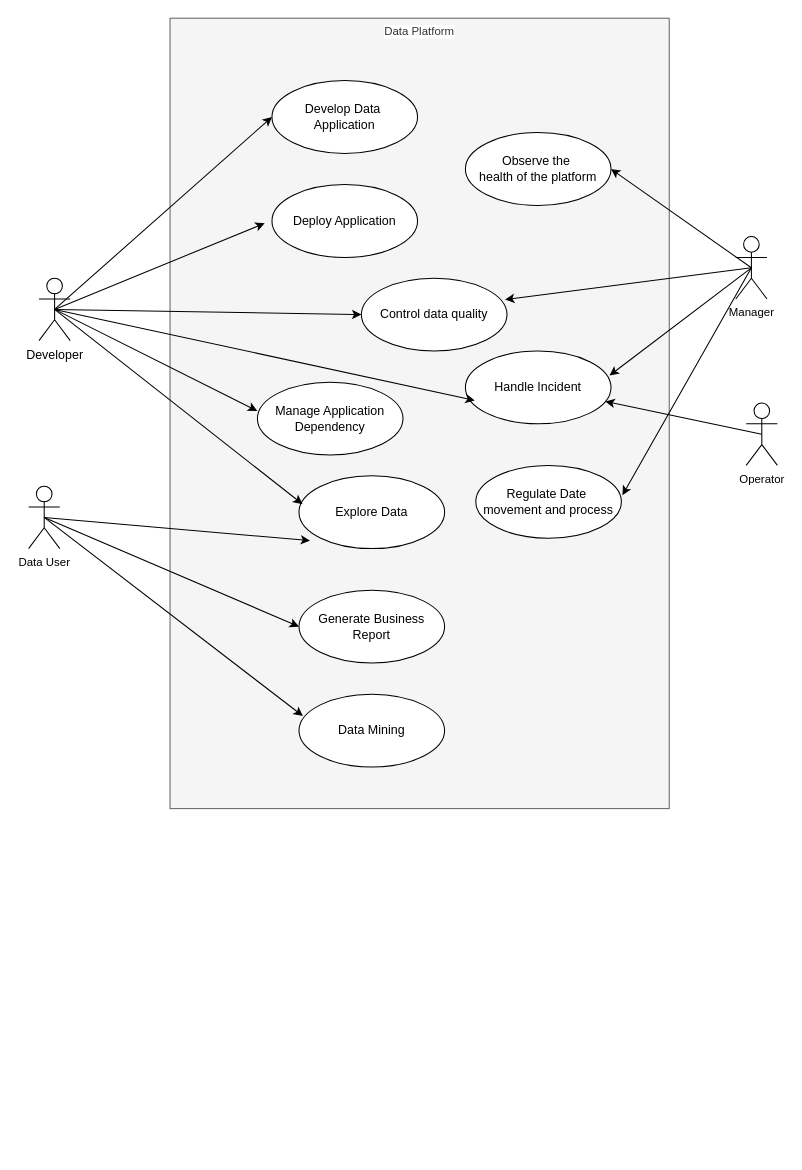
Earlier version of the draw.io diagram 未命名绘图.drawio (rockysynergy/draws). Source tidied: cells renumbered, new cells numbered last; positions are measured from the earlier drawing's top-left corner, leaving out a move shared by most shapes. Both pictures are drawn from the tidied source at 104%, with x=0, y=0 at pixel (28, 18).
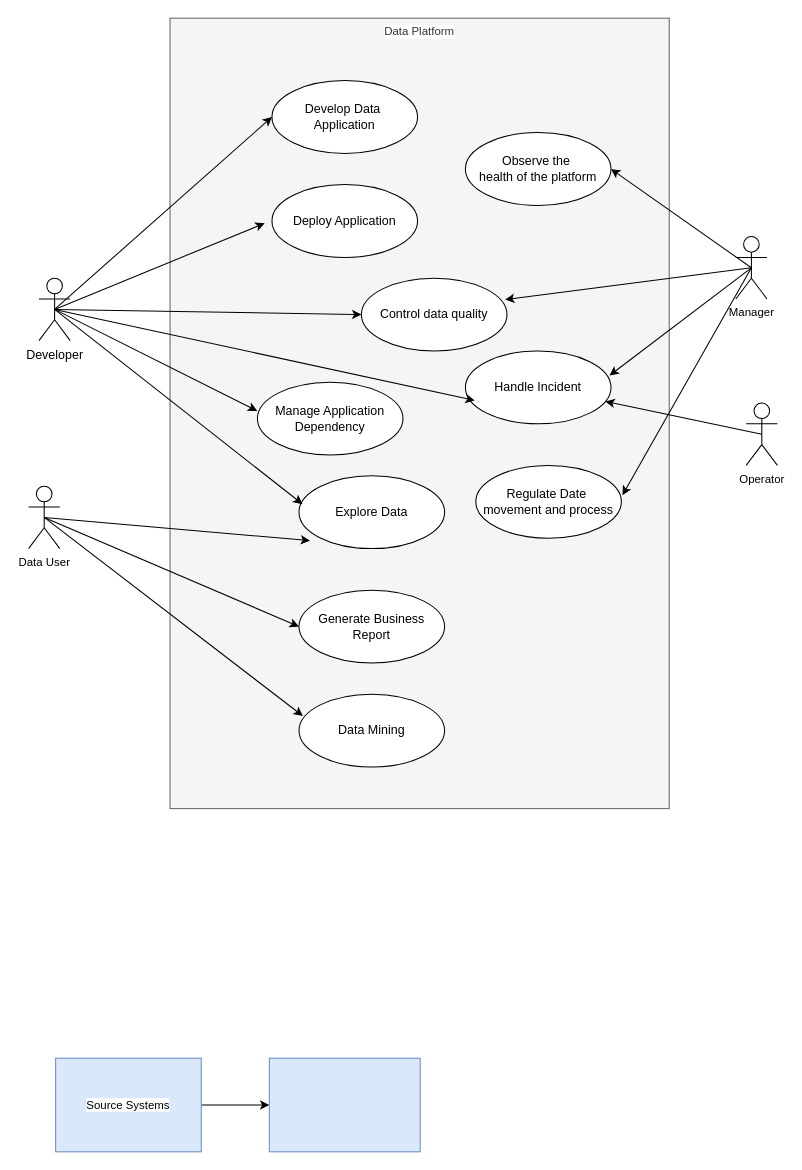
The same page after the edit.

What changed in the source:
```diff
@@
+    <mxCell id="31" style="edgeStyle=none;shape=connector;rounded=0;jettySize=auto;html=1;strokeColor=default;align=center;verticalAlign=middle;fontFamily=Helvetica;fontSize=11;fontColor=default;labelBackgroundColor=default;endArrow=classic;" parent="1" edge="1" source="32" target="33">
+      <mxGeometry relative="1" as="geometry" />
+    </mxCell>
+    <mxCell id="32" value="Source Systems" style="rounded=0;whiteSpace=wrap;html=1;fontFamily=Helvetica;fontSize=11;labelBackgroundColor=default;fillColor=#dae8fc;strokeColor=#6c8ebf;" parent="1" vertex="1">
+      <mxGeometry x="26" y="1000" width="140" height="90" as="geometry" />
+    </mxCell>
+    <mxCell id="33" style="whiteSpace=wrap;html=1;fontSize=11;fillColor=#dae8fc;strokeColor=#6c8ebf;rounded=0;labelBackgroundColor=default;" parent="1" vertex="1">
+      <mxGeometry x="231.5" y="1000" width="145" height="90" as="geometry" />
+    </mxCell>
```
